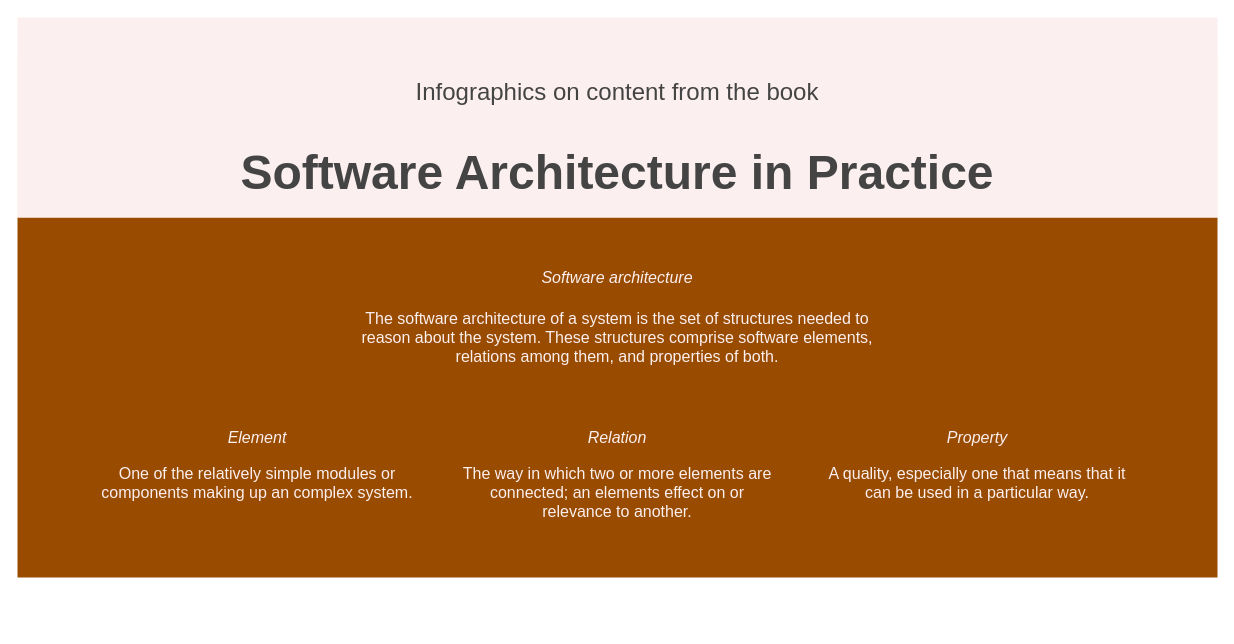
The draw.io diagram page "Page-1" (1 of 2) of infographics-software-architecture-in-practise-4th-ed.drawio in HenrikSamuelsson/reading-sw-architecture-in-practice-4th, before the edit. Source tidied: cells renumbered, new cells numbered last; positions are measured from the earlier drawing's top-left corner, leaving out a move shared by most shapes. Both pictures are drawn from the tidied source at 100%, with x=0, y=0 at pixel (17, 17).
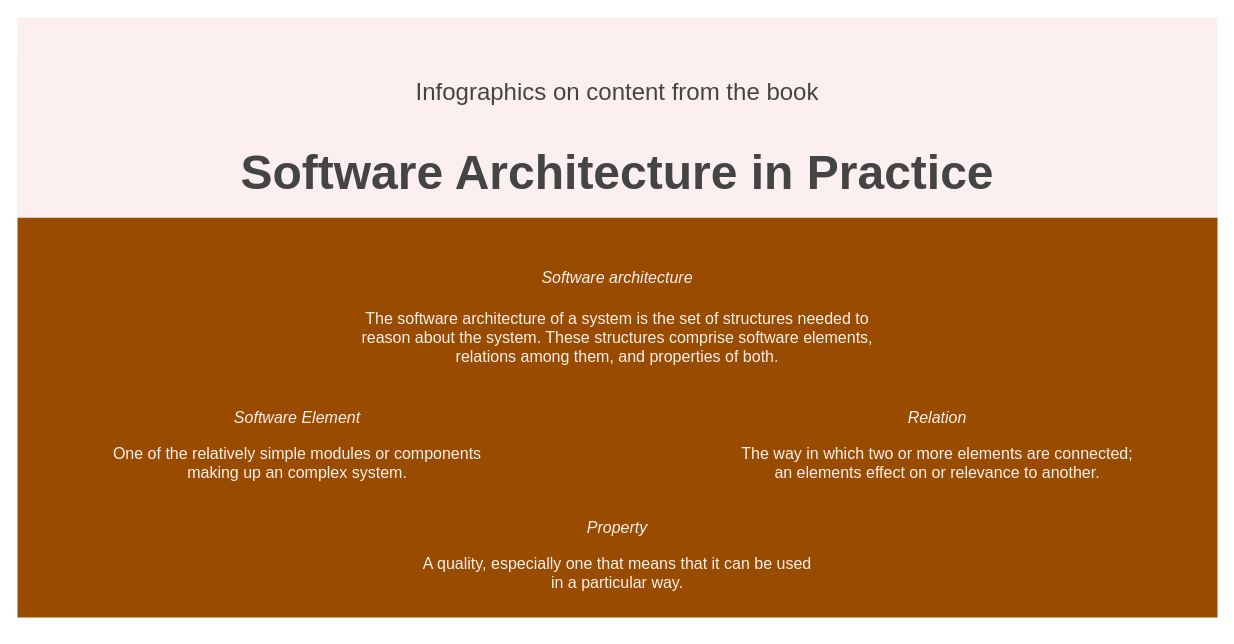
After the change.

Commit message:
Add a new color palette.

What changed in the source:
```diff
@@
 <mxGraphModel>
   <root>
     <mxCell id="0" />
     <mxCell id="1" parent="0" />
-    <mxCell id="2" style="rounded=0;whiteSpace=wrap;html=1;fontSize=24;fillColor=#FCEFEF;strokeColor=none;" parent="1" vertex="1">
+    <mxCell id="2" style="rounded=0;whiteSpace=wrap;html=1;fontSize=24;fillColor=#FCEFEF;strokeColor=none;gradientColor=none;" parent="1" vertex="1">
       <mxGeometry width="1200" height="200" as="geometry" />
     </mxCell>
     <mxCell id="3" style="shape=waypoint;sketch=0;fillStyle=solid;size=6;fillColor=none;perimeter=centerPerimeter;fontSize=24;strokeColor=none;" parent="1" vertex="1">
       <mxGeometry x="60" y="180" width="40" height="40" as="geometry" />
     </mxCell>
     <mxCell id="4" style="rounded=0;whiteSpace=wrap;html=1;labelBackgroundColor=#994C00;fontSize=16;fontColor=#FCEFEF;strokeColor=none;gradientColor=none;fillColor=#994C00;" parent="1" vertex="1">
-      <mxGeometry y="200" width="1200" height="360" as="geometry" />
+      <mxGeometry y="200" width="1200" height="400" as="geometry" />
     </mxCell>
     <mxCell id="5" parent="0" />
     <mxCell id="6" value="&lt;p style=&quot;line-height: 120%; font-size: 24px;&quot;&gt;Infographics on content from the book&lt;br style=&quot;font-size: 24px;&quot;&gt;&lt;/p&gt;" style="text;html=1;strokeColor=none;fillColor=#FCEFEF;align=center;verticalAlign=middle;whiteSpace=wrap;rounded=0;fontSize=24;fontColor=#444444;" parent="5" vertex="1">
       <mxGeometry y="40" width="1200" height="70" as="geometry" />
     </mxCell>
     <mxCell id="7" value="&lt;font style=&quot;font-size: 48px;&quot;&gt;&lt;b&gt;Software Architecture in Practice&lt;/b&gt;&lt;/font&gt;" style="text;html=1;strokeColor=none;fillColor=#FCEFEF;align=center;verticalAlign=middle;whiteSpace=wrap;rounded=0;fontSize=16;fontColor=#444444;" parent="5" vertex="1">
       <mxGeometry y="110" width="1200" height="90" as="geometry" />
     </mxCell>
     <mxCell id="8" value="The software architecture of a system is the set of structures needed to reason about the system. These structures comprise software elements, relations among them, and properties of both." style="text;strokeColor=none;fillColor=none;align=center;verticalAlign=middle;whiteSpace=wrap;rounded=0;fontColor=#FCEFEF;fontSize=16;spacing=10;labelBackgroundColor=#994C00;labelPosition=center;verticalLabelPosition=middle;fontStyle=0;" parent="5" vertex="1">
       <mxGeometry x="320" y="280" width="560" height="80" as="geometry" />
     </mxCell>
     <mxCell id="9" value="Software architecture" style="text;strokeColor=none;fillColor=none;align=center;verticalAlign=middle;whiteSpace=wrap;rounded=0;fontColor=#FCEFEF;fontSize=16;spacing=10;labelBackgroundColor=#994C00;labelPosition=center;verticalLabelPosition=middle;fontStyle=2;" parent="5" vertex="1">
       <mxGeometry x="320" y="240" width="560" height="40" as="geometry" />
     </mxCell>
+    <mxCell id="16" style="group;" parent="5" vertex="1">
+      <mxGeometry x="400" y="490" width="400" height="120" as="geometry" />
+    </mxCell>
-    <mxCell id="10" value="A quality, especially one that means that it can be used in a particular way." style="text;strokeColor=none;fillColor=none;align=center;verticalAlign=top;whiteSpace=wrap;rounded=0;fontColor=#FCEFEF;fontSize=16;spacing=2;labelBackgroundColor=#994C00;labelPosition=center;verticalLabelPosition=middle;fontStyle=0;" parent="5" vertex="1">
-      <mxGeometry x="800" y="440" width="320" height="80" as="geometry" />
+    <mxCell id="10" value="A quality, especially one that means that it can be used in a particular way." style="text;strokeColor=none;fillColor=none;align=center;verticalAlign=top;whiteSpace=wrap;rounded=0;fontColor=#FCEFEF;fontSize=16;spacing=2;labelBackgroundColor=#994C00;labelPosition=center;verticalLabelPosition=middle;fontStyle=0;" parent="16" vertex="1">
+      <mxGeometry y="40" width="400" height="60" as="geometry" />
     </mxCell>
-    <mxCell id="11" value="Property" style="text;strokeColor=none;fillColor=none;align=center;verticalAlign=middle;whiteSpace=wrap;rounded=0;fontColor=#FCEFEF;fontSize=16;spacing=2;labelBackgroundColor=#994C00;labelPosition=center;verticalLabelPosition=middle;fontStyle=2;" parent="5" vertex="1">
-      <mxGeometry x="800" y="400" width="320" height="40" as="geometry" />
+    <mxCell id="11" value="Property" style="text;strokeColor=none;fillColor=none;align=center;verticalAlign=middle;whiteSpace=wrap;rounded=0;fontColor=#FCEFEF;fontSize=16;spacing=2;labelBackgroundColor=#994C00;labelPosition=center;verticalLabelPosition=middle;fontStyle=2;" parent="16" vertex="1">
+      <mxGeometry width="400" height="40" as="geometry" />
     </mxCell>
+    <mxCell id="17" style="group;" parent="5" vertex="1">
+      <mxGeometry x="720" y="380" width="400" height="120" as="geometry" />
+    </mxCell>
+    <mxCell id="14" value="The way in which two or more elements are connected; an elements effect on or relevance to another." style="text;strokeColor=none;fillColor=none;align=center;verticalAlign=top;whiteSpace=wrap;rounded=0;fontColor=#FCEFEF;fontSize=16;spacing=2;labelBackgroundColor=#994C00;labelPosition=center;verticalLabelPosition=middle;fontStyle=0;" parent="17" vertex="1">
+      <mxGeometry y="40" width="400" height="80" as="geometry" />
+    </mxCell>
+    <mxCell id="15" value="Relation" style="text;strokeColor=none;fillColor=none;align=center;verticalAlign=middle;whiteSpace=wrap;rounded=0;fontColor=#FCEFEF;fontSize=16;spacing=2;labelBackgroundColor=#994C00;labelPosition=center;verticalLabelPosition=middle;fontStyle=2;" parent="17" vertex="1">
+      <mxGeometry width="400" height="40" as="geometry" />
+    </mxCell>
+    <mxCell id="18" style="group;" parent="5" vertex="1">
+      <mxGeometry x="80" y="380" width="400" height="120" as="geometry" />
+    </mxCell>
-    <mxCell id="12" value="One of the relatively simple modules or components making up an complex system." style="text;strokeColor=none;fillColor=none;align=center;verticalAlign=top;whiteSpace=wrap;rounded=0;fontColor=#FCEFEF;fontSize=16;spacing=2;labelBackgroundColor=#994C00;labelPosition=center;verticalLabelPosition=middle;fontStyle=0;" parent="5" vertex="1">
-      <mxGeometry x="80" y="440" width="320" height="80" as="geometry" />
+    <mxCell id="12" value="One of the relatively simple modules or components making up an complex system." style="text;strokeColor=none;fillColor=none;align=center;verticalAlign=top;whiteSpace=wrap;rounded=0;fontColor=#FCEFEF;fontSize=16;spacing=2;labelBackgroundColor=#994C00;labelPosition=center;verticalLabelPosition=middle;fontStyle=0;" parent="18" vertex="1">
+      <mxGeometry y="40" width="400" height="80" as="geometry" />
     </mxCell>
-    <mxCell id="13" value="Element" style="text;strokeColor=none;fillColor=none;align=center;verticalAlign=middle;whiteSpace=wrap;rounded=0;fontColor=#FCEFEF;fontSize=16;spacing=2;labelBackgroundColor=#994C00;labelPosition=center;verticalLabelPosition=middle;fontStyle=2;" parent="5" vertex="1">
-      <mxGeometry x="80" y="400" width="320" height="40" as="geometry" />
+    <mxCell id="13" value="Software Element" style="text;strokeColor=none;fillColor=none;align=center;verticalAlign=middle;whiteSpace=wrap;rounded=0;fontColor=#FCEFEF;fontSize=16;spacing=2;labelBackgroundColor=#994C00;labelPosition=center;verticalLabelPosition=middle;fontStyle=2;" parent="18" vertex="1">
+      <mxGeometry width="400" height="40" as="geometry" />
     </mxCell>
-    <mxCell id="14" value="The way in which two or more elements are connected; an elements effect on or relevance to another." style="text;strokeColor=none;fillColor=none;align=center;verticalAlign=top;whiteSpace=wrap;rounded=0;fontColor=#FCEFEF;fontSize=16;spacing=2;labelBackgroundColor=#994C00;labelPosition=center;verticalLabelPosition=middle;fontStyle=0;" parent="5" vertex="1">
-      <mxGeometry x="440" y="440" width="320" height="80" as="geometry" />
-    </mxCell>
-    <mxCell id="15" value="Relation" style="text;strokeColor=none;fillColor=none;align=center;verticalAlign=middle;whiteSpace=wrap;rounded=0;fontColor=#FCEFEF;fontSize=16;spacing=2;labelBackgroundColor=#994C00;labelPosition=center;verticalLabelPosition=middle;fontStyle=2;" parent="5" vertex="1">
-      <mxGeometry x="440" y="400" width="320" height="40" as="geometry" />
-    </mxCell>
   </root>
 </mxGraphModel>
```
